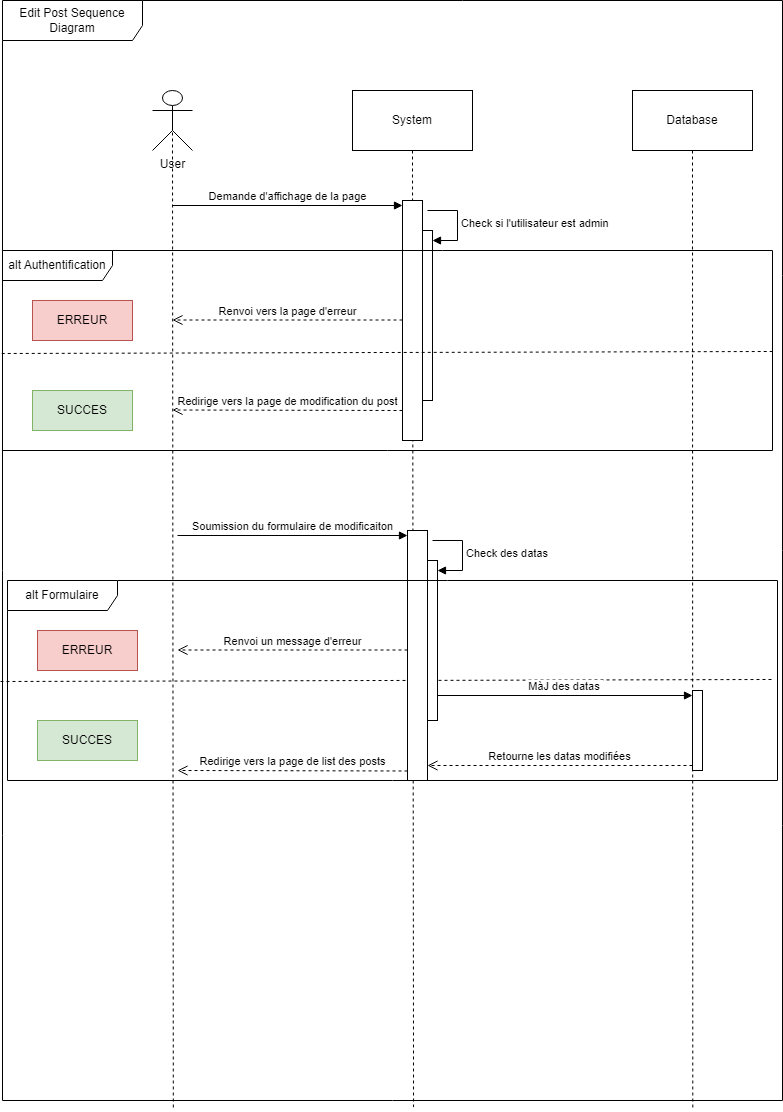
The draw.io diagram diagrammes/Projet_5_CHASSELOUP_Axel_DDS_CreatePostSequence.png in Axel92290/Projet_blog_php, before a commit. Source tidied: cells renumbered, new cells last; positions are measured from the earlier drawing's top-left corner, leaving out a move shared by most shapes.
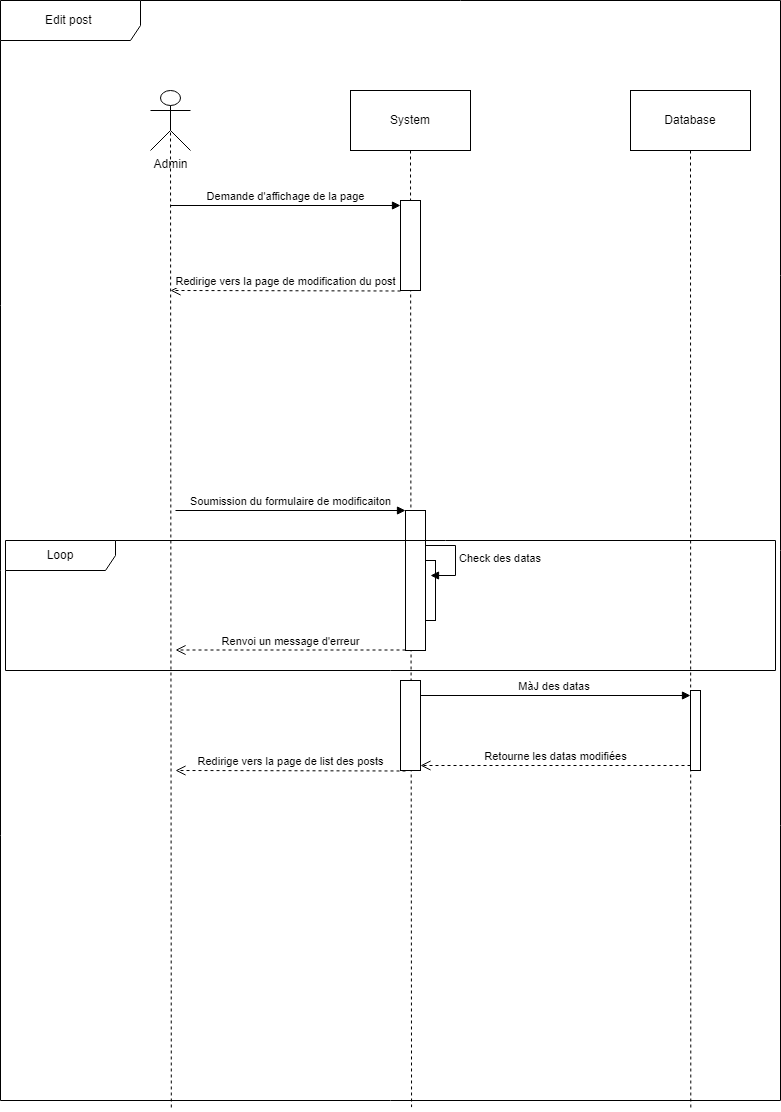
The same diagram one commit later.

Diff of the diagram source:
```diff
@@ -2,13 +2,13 @@
   <root>
     <mxCell id="0" />
     <mxCell id="1" parent="0" />
-    <mxCell id="2" value="Edit Post Sequence Diagram" style="shape=umlFrame;whiteSpace=wrap;html=1;width=140;height=40;" parent="1" vertex="1">
+    <mxCell id="2" value="Edit post&amp;nbsp;" style="shape=umlFrame;whiteSpace=wrap;html=1;width=140;height=40;" parent="1" vertex="1">
       <mxGeometry x="2" width="780" height="1100" as="geometry" />
     </mxCell>
     <mxCell id="3" style="rounded=0;jettySize=auto;html=1;exitX=0.5;exitY=0.5;exitDx=0;exitDy=0;exitPerimeter=0;entryX=0.219;entryY=1.008;entryDx=0;entryDy=0;entryPerimeter=0;endArrow=none;endFill=0;dashed=1;" parent="1" edge="1" source="4" target="2">
       <mxGeometry relative="1" as="geometry" />
     </mxCell>
-    <mxCell id="4" value="User" style="shape=umlActor;verticalLabelPosition=bottom;verticalAlign=top;html=1;outlineConnect=0;" parent="1" vertex="1">
+    <mxCell id="4" value="Admin" style="shape=umlActor;verticalLabelPosition=bottom;verticalAlign=top;html=1;outlineConnect=0;" parent="1" vertex="1">
       <mxGeometry x="152" y="90" width="40" height="60" as="geometry" />
     </mxCell>
     <mxCell id="5" style="rounded=0;jettySize=auto;html=1;exitX=0.5;exitY=1;exitDx=0;exitDy=0;entryX=0.527;entryY=1.006;entryDx=0;entryDy=0;entryPerimeter=0;dashed=1;endArrow=none;endFill=0;" parent="1" edge="1" source="6" target="2">
@@ -24,81 +24,43 @@
       <mxGeometry x="632" y="90" width="120" height="60" as="geometry" />
     </mxCell>
     <mxCell id="9" style="html=1;points=[[0,0,0,0,5],[0,1,0,0,-5],[1,0,0,0,5],[1,1,0,0,-5]];perimeter=orthogonalPerimeter;outlineConnect=0;targetShapes=umlLifeline;portConstraint=eastwest;newEdgeStyle={&quot;curved&quot;:0,&quot;rounded&quot;:0};" parent="1" vertex="1">
-      <mxGeometry x="402" y="200" width="20" height="240" as="geometry" />
+      <mxGeometry x="402" y="200" width="20" height="90" as="geometry" />
     </mxCell>
     <mxCell id="10" value="Demande d'affichage de la page" style="html=1;verticalAlign=bottom;startArrow=none;endArrow=block;startSize=8;curved=0;rounded=0;entryX=0;entryY=0;entryDx=0;entryDy=5;startFill=0;" parent="1" edge="1" target="9">
       <mxGeometry relative="1" as="geometry">
         <mxPoint x="172" y="205" as="sourcePoint" />
       </mxGeometry>
     </mxCell>
-    <mxCell id="11" style="html=1;points=[[0,0,0,0,5],[0,1,0,0,-5],[1,0,0,0,5],[1,1,0,0,-5]];perimeter=orthogonalPerimeter;outlineConnect=0;targetShapes=umlLifeline;portConstraint=eastwest;newEdgeStyle={&quot;curved&quot;:0,&quot;rounded&quot;:0};" parent="1" vertex="1">
-      <mxGeometry x="422" y="230" width="10" height="170" as="geometry" />
-    </mxCell>
-    <mxCell id="12" value="Check si l'utilisateur est admin" style="html=1;align=left;spacingLeft=2;endArrow=block;rounded=0;edgeStyle=orthogonalEdgeStyle;curved=0;rounded=0;" parent="1" edge="1" target="11">
-      <mxGeometry relative="1" as="geometry">
-        <mxPoint x="427" y="210" as="sourcePoint" />
-        <Array as="points">
-          <mxPoint x="457" y="240" />
-        </Array>
-      </mxGeometry>
-    </mxCell>
-    <mxCell id="13" value="alt Authentification" style="shape=umlFrame;whiteSpace=wrap;html=1;width=110;height=30;" parent="1" vertex="1">
-      <mxGeometry x="2" y="250" width="770" height="200" as="geometry" />
-    </mxCell>
-    <mxCell id="14" style="endArrow=none;dashed=1;html=1;rounded=0;exitX=-0.001;exitY=0.515;exitDx=0;exitDy=0;exitPerimeter=0;entryX=1;entryY=0.505;entryDx=0;entryDy=0;entryPerimeter=0;" parent="1" edge="1" source="13" target="13">
-      <mxGeometry relative="1" as="geometry" />
-    </mxCell>
-    <mxCell id="15" value="ERREUR" style="rounded=0;whiteSpace=wrap;html=1;fillColor=#f8cecc;strokeColor=#b85450;" parent="1" vertex="1">
-      <mxGeometry x="32" y="300" width="100" height="40" as="geometry" />
-    </mxCell>
-    <mxCell id="16" value="SUCCES" style="rounded=0;whiteSpace=wrap;html=1;fillColor=#d5e8d4;strokeColor=#82b366;" parent="1" vertex="1">
-      <mxGeometry x="32" y="390" width="100" height="40" as="geometry" />
-    </mxCell>
-    <mxCell id="17" value="Renvoi vers la page d'erreur" style="html=1;verticalAlign=bottom;endArrow=open;dashed=1;endSize=8;curved=0;rounded=0;" parent="1" edge="1" source="9">
-      <mxGeometry relative="1" as="geometry">
-        <mxPoint x="172" y="319.5" as="targetPoint" />
-      </mxGeometry>
-    </mxCell>
     <mxCell id="18" value="Redirige vers la page de modification du post" style="html=1;verticalAlign=bottom;endArrow=open;dashed=1;endSize=8;curved=0;rounded=0;" parent="1" edge="1">
       <mxGeometry relative="1" as="geometry">
-        <mxPoint x="402" y="410" as="sourcePoint" />
-        <mxPoint x="172" y="409.5" as="targetPoint" />
+        <mxPoint x="402" y="290.5" as="sourcePoint" />
+        <mxPoint x="172" y="290" as="targetPoint" />
       </mxGeometry>
     </mxCell>
-    <mxCell id="19" style="endArrow=none;dashed=1;html=1;rounded=0;exitX=-0.001;exitY=0.515;exitDx=0;exitDy=0;exitPerimeter=0;entryX=1;entryY=0.505;entryDx=0;entryDy=0;entryPerimeter=0;" parent="1" edge="1">
-      <mxGeometry relative="1" as="geometry">
-        <mxPoint y="681" as="sourcePoint" />
-        <mxPoint x="771" y="679" as="targetPoint" />
-      </mxGeometry>
-    </mxCell>
     <mxCell id="20" style="html=1;points=[[0,0,0,0,5],[0,1,0,0,-5],[1,0,0,0,5],[1,1,0,0,-5]];perimeter=orthogonalPerimeter;outlineConnect=0;targetShapes=umlLifeline;portConstraint=eastwest;newEdgeStyle={&quot;curved&quot;:0,&quot;rounded&quot;:0};" parent="1" vertex="1">
-      <mxGeometry x="407" y="530" width="20" height="250" as="geometry" />
+      <mxGeometry x="407" y="510" width="20" height="140" as="geometry" />
     </mxCell>
-    <mxCell id="21" value="Soumission du formulaire de modificaiton" style="html=1;verticalAlign=bottom;startArrow=none;endArrow=block;startSize=8;curved=0;rounded=0;entryX=0;entryY=0;entryDx=0;entryDy=5;startFill=0;" parent="1" edge="1" target="20">
+    <mxCell id="21" value="Soumission du formulaire de modificaiton" style="html=1;verticalAlign=bottom;startArrow=none;endArrow=block;startSize=8;curved=0;rounded=0;entryX=0;entryY=0;entryDx=0;entryDy=5;startFill=0;" parent="1" edge="1">
       <mxGeometry relative="1" as="geometry">
-        <mxPoint x="177" y="535" as="sourcePoint" />
+        <mxPoint x="177" y="510" as="sourcePoint" />
+        <mxPoint x="407" y="510" as="targetPoint" />
       </mxGeometry>
     </mxCell>
     <mxCell id="22" style="html=1;points=[[0,0,0,0,5],[0,1,0,0,-5],[1,0,0,0,5],[1,1,0,0,-5]];perimeter=orthogonalPerimeter;outlineConnect=0;targetShapes=umlLifeline;portConstraint=eastwest;newEdgeStyle={&quot;curved&quot;:0,&quot;rounded&quot;:0};" parent="1" vertex="1">
-      <mxGeometry x="427" y="560" width="10" height="160" as="geometry" />
+      <mxGeometry x="427" y="560" width="10" height="60" as="geometry" />
     </mxCell>
-    <mxCell id="23" value="Check des datas" style="html=1;align=left;spacingLeft=2;endArrow=block;rounded=0;edgeStyle=orthogonalEdgeStyle;curved=0;rounded=0;" parent="1" edge="1" target="22">
+    <mxCell id="23" value="Check des datas" style="html=1;align=left;spacingLeft=2;endArrow=block;rounded=0;edgeStyle=orthogonalEdgeStyle;curved=0;rounded=0;" parent="1" edge="1">
       <mxGeometry relative="1" as="geometry">
-        <mxPoint x="432" y="540" as="sourcePoint" />
+        <mxPoint x="427" y="545" as="sourcePoint" />
+        <mxPoint x="432" y="575" as="targetPoint" />
         <Array as="points">
-          <mxPoint x="462" y="570" />
+          <mxPoint x="457" y="575" />
         </Array>
       </mxGeometry>
     </mxCell>
-    <mxCell id="24" value="alt Formulaire" style="shape=umlFrame;whiteSpace=wrap;html=1;width=110;height=30;" parent="1" vertex="1">
-      <mxGeometry x="7" y="580" width="770" height="200" as="geometry" />
+    <mxCell id="24" value="Loop" style="shape=umlFrame;whiteSpace=wrap;html=1;width=110;height=30;" parent="1" vertex="1">
+      <mxGeometry x="7" y="540" width="770" height="130" as="geometry" />
     </mxCell>
-    <mxCell id="25" value="ERREUR" style="rounded=0;whiteSpace=wrap;html=1;fillColor=#f8cecc;strokeColor=#b85450;" parent="1" vertex="1">
-      <mxGeometry x="37" y="630" width="100" height="40" as="geometry" />
-    </mxCell>
-    <mxCell id="26" value="SUCCES" style="rounded=0;whiteSpace=wrap;html=1;fillColor=#d5e8d4;strokeColor=#82b366;" parent="1" vertex="1">
-      <mxGeometry x="37" y="720" width="100" height="40" as="geometry" />
-    </mxCell>
     <mxCell id="27" value="Renvoi un message d'erreur" style="html=1;verticalAlign=bottom;endArrow=open;dashed=1;endSize=8;curved=0;rounded=0;" parent="1" edge="1" source="20">
       <mxGeometry relative="1" as="geometry">
         <mxPoint x="177" y="649.5" as="targetPoint" />
@@ -113,11 +75,14 @@
     <mxCell id="29" style="html=1;points=[[0,0,0,0,5],[0,1,0,0,-5],[1,0,0,0,5],[1,1,0,0,-5]];perimeter=orthogonalPerimeter;outlineConnect=0;targetShapes=umlLifeline;portConstraint=eastwest;newEdgeStyle={&quot;curved&quot;:0,&quot;rounded&quot;:0};" parent="1" vertex="1">
       <mxGeometry x="692" y="690" width="10" height="80" as="geometry" />
     </mxCell>
-    <mxCell id="30" value="MàJ des datas&amp;nbsp;" style="html=1;verticalAlign=bottom;endArrow=block;curved=0;rounded=0;entryX=0;entryY=0;entryDx=0;entryDy=5;" parent="1" edge="1" source="22" target="29">
+    <mxCell id="30" value="MàJ des datas&amp;nbsp;" style="html=1;verticalAlign=bottom;endArrow=block;curved=0;rounded=0;entryX=0;entryY=0;entryDx=0;entryDy=5;" parent="1" edge="1" source="32" target="29">
       <mxGeometry relative="1" as="geometry" />
     </mxCell>
-    <mxCell id="31" value="Retourne les datas modifiées" style="html=1;verticalAlign=bottom;endArrow=open;dashed=1;endSize=8;curved=0;rounded=0;exitX=0;exitY=1;exitDx=0;exitDy=-5;" parent="1" edge="1" source="29" target="20">
+    <mxCell id="31" value="Retourne les datas modifiées" style="html=1;verticalAlign=bottom;endArrow=open;dashed=1;endSize=8;curved=0;rounded=0;exitX=0;exitY=1;exitDx=0;exitDy=-5;" parent="1" edge="1" source="29" target="32">
       <mxGeometry relative="1" as="geometry" />
     </mxCell>
+    <mxCell id="32" style="html=1;points=[[0,0,0,0,5],[0,1,0,0,-5],[1,0,0,0,5],[1,1,0,0,-5]];perimeter=orthogonalPerimeter;outlineConnect=0;targetShapes=umlLifeline;portConstraint=eastwest;newEdgeStyle={&quot;curved&quot;:0,&quot;rounded&quot;:0};" parent="1" vertex="1">
+      <mxGeometry x="402" y="680" width="20" height="90" as="geometry" />
+    </mxCell>
   </root>
 </mxGraphModel>
```
